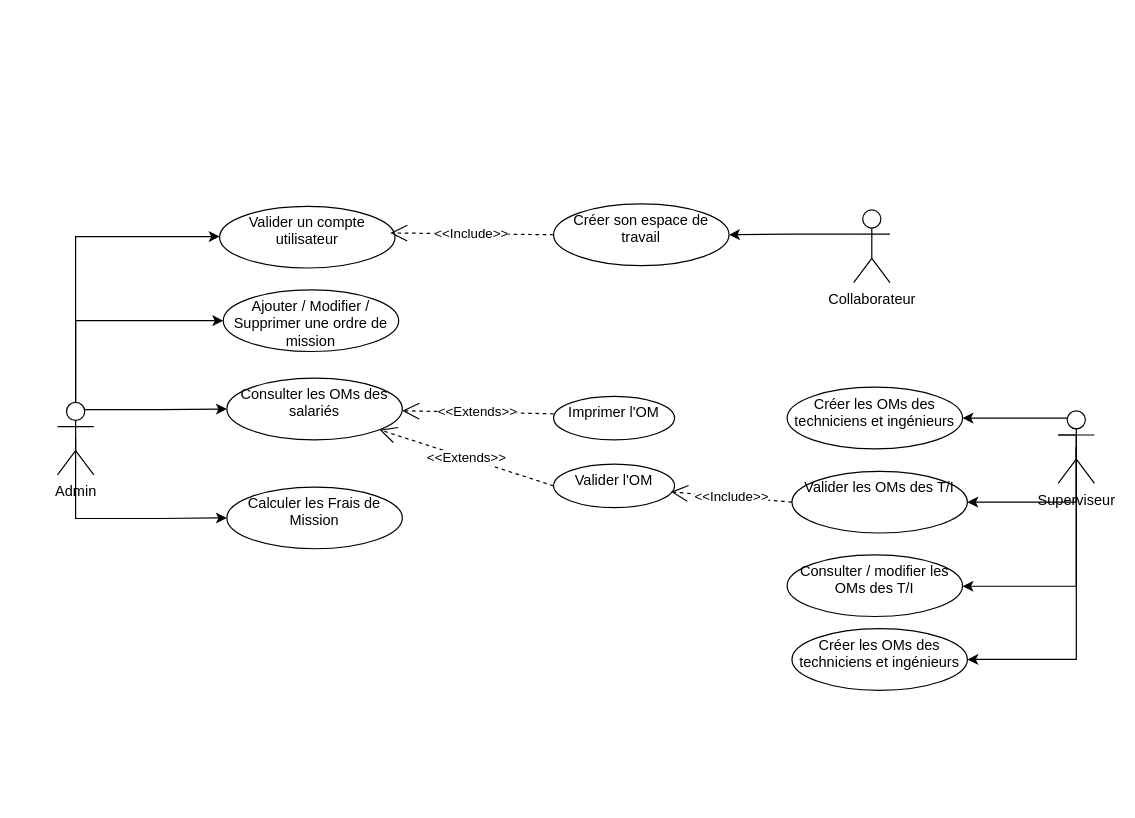
Before: useCaseApp.drawio in BARIGOU-Imane/Gestion-des-Ordres-de-Mission, a draw.io diagram. Source tidied: cells renumbered, new cells numbered last; positions are measured from the earlier drawing's top-left corner, leaving out a move shared by most shapes. Both pictures are drawn from the tidied source at 121%, with x=0, y=0 at pixel (57, 203).
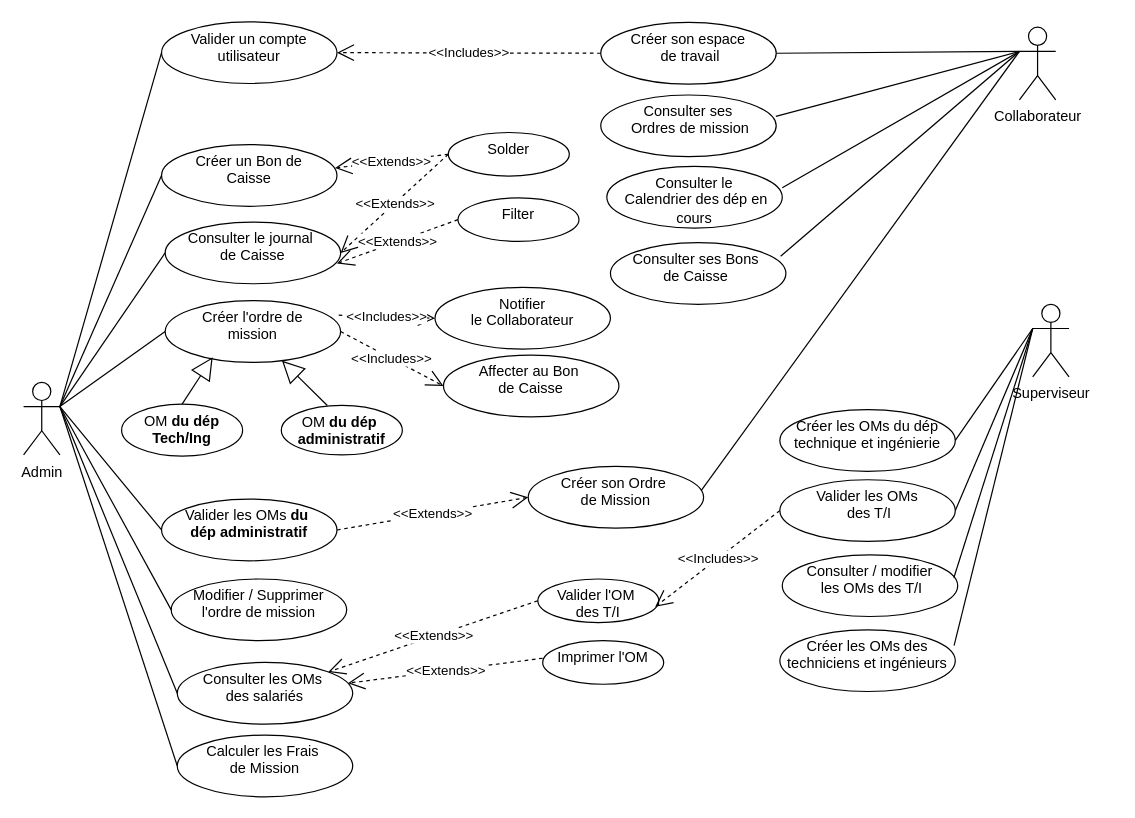
The same diagram, later.

The edit, as a diff of the source:
```diff
@@
-    <mxCell id="2" style="edgeStyle=orthogonalEdgeStyle;rounded=0;jettySize=auto;html=1;" parent="1" edge="1" source="9" target="5">
-      <mxGeometry relative="1" as="geometry">
-        <Array as="points">
-          <mxPoint x="15" y="27" />
-        </Array>
-      </mxGeometry>
-    </mxCell>
-    <mxCell id="3" style="edgeStyle=orthogonalEdgeStyle;rounded=0;jettySize=auto;html=1;exitX=0;exitY=0.3333333333333333;exitDx=0;exitDy=0;exitPerimeter=0;" parent="1" edge="1" source="4" target="20">
-      <mxGeometry relative="1" as="geometry" />
-    </mxCell>
     <mxCell id="4" value="Collaborateur&lt;div&gt;&lt;br&gt;&lt;/div&gt;" style="shape=umlActor;verticalLabelPosition=bottom;verticalAlign=top;html=1;outlineConnect=0;" parent="1" vertex="1">
-      <mxGeometry x="658" y="5" width="30" height="60" as="geometry" />
+      <mxGeometry x="795" y="-146" width="30" height="60" as="geometry" />
     </mxCell>
     <mxCell id="5" value="Valider un compte utilisateur" style="ellipse;whiteSpace=wrap;html=1;verticalAlign=top;" parent="1" vertex="1">
-      <mxGeometry x="134" y="2" width="145" height="51" as="geometry" />
+      <mxGeometry x="86" y="-150.5" width="145" height="51" as="geometry" />
     </mxCell>
-    <mxCell id="6" style="edgeStyle=orthogonalEdgeStyle;rounded=0;jettySize=auto;html=1;exitX=0.75;exitY=0.1;exitDx=0;exitDy=0;exitPerimeter=0;entryX=0;entryY=0.5;entryDx=0;entryDy=0;" parent="1" edge="1" source="9" target="15">
-      <mxGeometry relative="1" as="geometry">
-        <Array as="points">
-          <mxPoint x="15" y="170" />
-          <mxPoint x="15" y="97" />
-        </Array>
-      </mxGeometry>
-    </mxCell>
-    <mxCell id="7" style="edgeStyle=orthogonalEdgeStyle;rounded=0;jettySize=auto;html=1;exitX=0.75;exitY=0.1;exitDx=0;exitDy=0;exitPerimeter=0;entryX=0;entryY=0.5;entryDx=0;entryDy=0;" parent="1" edge="1" source="9" target="16">
-      <mxGeometry relative="1" as="geometry" />
-    </mxCell>
-    <mxCell id="8" style="edgeStyle=orthogonalEdgeStyle;rounded=0;jettySize=auto;html=1;exitX=0.5;exitY=0.5;exitDx=0;exitDy=0;exitPerimeter=0;entryX=0;entryY=0.5;entryDx=0;entryDy=0;" parent="1" edge="1" source="9" target="17">
-      <mxGeometry relative="1" as="geometry">
-        <Array as="points">
-          <mxPoint x="15" y="260" />
-          <mxPoint x="85" y="260" />
-        </Array>
-      </mxGeometry>
-    </mxCell>
     <mxCell id="9" value="Admin&lt;div&gt;&lt;br&gt;&lt;/div&gt;" style="shape=umlActor;verticalLabelPosition=bottom;verticalAlign=top;html=1;outlineConnect=0;direction=east;rotation=0;" parent="1" vertex="1">
-      <mxGeometry y="164" width="30" height="60" as="geometry" />
+      <mxGeometry x="-28" y="147.5" width="30" height="60" as="geometry" />
     </mxCell>
-    <mxCell id="10" style="edgeStyle=orthogonalEdgeStyle;rounded=0;jettySize=auto;html=1;exitX=0.25;exitY=0.1;exitDx=0;exitDy=0;exitPerimeter=0;" parent="1" edge="1" source="14">
-      <mxGeometry relative="1" as="geometry">
-        <mxPoint x="748" y="177" as="targetPoint" />
-      </mxGeometry>
-    </mxCell>
-    <mxCell id="11" style="edgeStyle=orthogonalEdgeStyle;rounded=0;jettySize=auto;html=1;exitX=0;exitY=0.3333333333333333;exitDx=0;exitDy=0;exitPerimeter=0;" parent="1" edge="1" source="14" target="23">
-      <mxGeometry relative="1" as="geometry">
-        <Array as="points">
-          <mxPoint x="842" y="191" />
-          <mxPoint x="842" y="316" />
-        </Array>
-      </mxGeometry>
-    </mxCell>
-    <mxCell id="12" style="edgeStyle=orthogonalEdgeStyle;rounded=0;jettySize=auto;html=1;exitX=0.5;exitY=0.5;exitDx=0;exitDy=0;exitPerimeter=0;entryX=1;entryY=0.5;entryDx=0;entryDy=0;" parent="1" edge="1" source="14" target="24">
-      <mxGeometry relative="1" as="geometry">
-        <Array as="points">
-          <mxPoint x="842" y="377" />
-        </Array>
-      </mxGeometry>
-    </mxCell>
-    <mxCell id="13" style="edgeStyle=orthogonalEdgeStyle;rounded=0;jettySize=auto;html=1;exitX=0.5;exitY=0.5;exitDx=0;exitDy=0;exitPerimeter=0;entryX=1;entryY=0.5;entryDx=0;entryDy=0;" parent="1" edge="1" source="14" target="27">
-      <mxGeometry relative="1" as="geometry">
-        <Array as="points">
-          <mxPoint x="842" y="247" />
-        </Array>
-      </mxGeometry>
-    </mxCell>
     <mxCell id="14" value="Superviseur&lt;div&gt;&lt;br&gt;&lt;/div&gt;" style="shape=umlActor;verticalLabelPosition=bottom;verticalAlign=top;html=1;outlineConnect=0;" parent="1" vertex="1">
-      <mxGeometry x="827" y="171" width="30" height="60" as="geometry" />
+      <mxGeometry x="806" y="83" width="30" height="60" as="geometry" />
     </mxCell>
-    <mxCell id="15" value="Ajouter / Modifier / Supprimer une ordre de mission&lt;div&gt;&lt;br&gt;&lt;/div&gt;" style="ellipse;whiteSpace=wrap;html=1;verticalAlign=top;" parent="1" vertex="1">
-      <mxGeometry x="137" y="71" width="145" height="51" as="geometry" />
+    <mxCell id="15" value="Créer l'ordre de&lt;div&gt;&amp;nbsp;mission&amp;nbsp;&lt;/div&gt;" style="ellipse;whiteSpace=wrap;html=1;verticalAlign=top;" parent="1" vertex="1">
+      <mxGeometry x="89" y="80" width="145" height="51" as="geometry" />
     </mxCell>
-    <mxCell id="16" value="&lt;div&gt;Consulter les OMs des salariés&lt;/div&gt;" style="ellipse;whiteSpace=wrap;html=1;verticalAlign=top;" parent="1" vertex="1">
-      <mxGeometry x="140" y="144" width="145" height="51" as="geometry" />
+    <mxCell id="16" value="&lt;div&gt;Consulter les OMs&amp;nbsp;&lt;/div&gt;&lt;div&gt;des salariés&lt;/div&gt;" style="ellipse;whiteSpace=wrap;html=1;verticalAlign=top;" parent="1" vertex="1">
+      <mxGeometry x="99" y="379" width="145" height="51" as="geometry" />
     </mxCell>
-    <mxCell id="17" value="Calculer les Frais de Mission" style="ellipse;whiteSpace=wrap;html=1;verticalAlign=top;" parent="1" vertex="1">
-      <mxGeometry x="140" y="234" width="145" height="51" as="geometry" />
+    <mxCell id="17" value="Calculer les Frais&amp;nbsp;&lt;div&gt;de Mission&lt;/div&gt;" style="ellipse;whiteSpace=wrap;html=1;verticalAlign=top;" parent="1" vertex="1">
+      <mxGeometry x="99" y="439" width="145" height="51" as="geometry" />
     </mxCell>
@@
     <mxCell id="19" value="Imprimer l'OM" style="ellipse;whiteSpace=wrap;html=1;verticalAlign=top;" parent="1" vertex="1">
-      <mxGeometry x="410" y="159" width="100" height="36" as="geometry" />
+      <mxGeometry x="401" y="361" width="100" height="36" as="geometry" />
     </mxCell>
-    <mxCell id="20" value="Créer son espace de travail" style="ellipse;whiteSpace=wrap;html=1;verticalAlign=top;" parent="1" vertex="1">
-      <mxGeometry x="410" width="145" height="51" as="geometry" />
+    <mxCell id="20" value="Créer son espace&lt;div&gt;&amp;nbsp;de travail&lt;/div&gt;" style="ellipse;whiteSpace=wrap;html=1;verticalAlign=top;" parent="1" vertex="1">
+      <mxGeometry x="449" y="-150" width="145" height="51" as="geometry" />
     </mxCell>
-    <mxCell id="21" value="&amp;lt;&amp;lt;Include&amp;gt;&amp;gt;" style="endArrow=open;endSize=12;dashed=1;html=1;rounded=0;exitX=0;exitY=0.5;exitDx=0;exitDy=0;" parent="1" edge="1" source="20">
-      <mxGeometry relative="1" as="geometry">
-        <mxPoint x="275" y="24" as="targetPoint" />
-      </mxGeometry>
+    <mxCell id="21" value="&amp;lt;&amp;lt;Includes&amp;gt;&amp;gt;" style="endArrow=open;endSize=12;dashed=1;html=1;rounded=0;exitX=0;exitY=0.5;exitDx=0;exitDy=0;entryX=1;entryY=0.5;entryDx=0;entryDy=0;" parent="1" edge="1" source="20" target="5">
+      <mxGeometry relative="1" as="geometry" />
     </mxCell>
-    <mxCell id="22" value="Créer les OMs des techniciens et ingénieurs&lt;div&gt;&lt;br&gt;&lt;/div&gt;" style="ellipse;whiteSpace=wrap;html=1;verticalAlign=top;" parent="1" vertex="1">
-      <mxGeometry x="603" y="151.5" width="145" height="51" as="geometry" />
+    <mxCell id="22" value="Créer les OMs du dép technique et ingénierie&lt;div&gt;&lt;br&gt;&lt;/div&gt;" style="ellipse;whiteSpace=wrap;html=1;verticalAlign=top;" parent="1" vertex="1">
+      <mxGeometry x="597" y="170" width="145" height="51" as="geometry" />
     </mxCell>
-    <mxCell id="23" value="&lt;div&gt;Consulter / modifier les OMs des T/I&lt;/div&gt;" style="ellipse;whiteSpace=wrap;html=1;verticalAlign=top;" parent="1" vertex="1">
-      <mxGeometry x="603" y="290" width="145" height="51" as="geometry" />
+    <mxCell id="23" value="&lt;div&gt;Consulter / modifier&lt;/div&gt;&lt;div&gt;&amp;nbsp;les OMs des T/I&lt;/div&gt;" style="ellipse;whiteSpace=wrap;html=1;verticalAlign=top;" parent="1" vertex="1">
+      <mxGeometry x="599" y="290" width="145" height="51" as="geometry" />
     </mxCell>
     <mxCell id="24" value="Créer les OMs des techniciens et ingénieurs&lt;div&gt;&lt;br&gt;&lt;/div&gt;" style="ellipse;whiteSpace=wrap;html=1;verticalAlign=top;" parent="1" vertex="1">
-      <mxGeometry x="607" y="351" width="145" height="51" as="geometry" />
+      <mxGeometry x="597" y="352" width="145" height="51" as="geometry" />
     </mxCell>
-    <mxCell id="25" value="Valider l'OM" style="ellipse;whiteSpace=wrap;html=1;verticalAlign=top;" parent="1" vertex="1">
-      <mxGeometry x="410" y="215" width="100" height="36" as="geometry" />
+    <mxCell id="25" value="Valider l'OM&amp;nbsp;&lt;div&gt;des T/I&lt;/div&gt;" style="ellipse;whiteSpace=wrap;html=1;verticalAlign=top;" parent="1" vertex="1">
+      <mxGeometry x="397" y="310" width="100" height="36" as="geometry" />
     </mxCell>
@@
-    <mxCell id="27" value="&lt;div&gt;Valider les OMs des T/I&lt;br&gt;&lt;/div&gt;" style="ellipse;whiteSpace=wrap;html=1;verticalAlign=top;" parent="1" vertex="1">
-      <mxGeometry x="607" y="221" width="145" height="51" as="geometry" />
+    <mxCell id="27" value="&lt;div&gt;Valider les OMs&lt;/div&gt;&lt;div&gt;&amp;nbsp;des T/I&lt;br&gt;&lt;/div&gt;" style="ellipse;whiteSpace=wrap;html=1;verticalAlign=top;" parent="1" vertex="1">
+      <mxGeometry x="597" y="228" width="145" height="51" as="geometry" />
     </mxCell>
-    <mxCell id="28" value="&amp;lt;&amp;lt;Include&amp;gt;&amp;gt;" style="endArrow=open;endSize=12;dashed=1;html=1;rounded=0;exitX=0;exitY=0.5;exitDx=0;exitDy=0;entryX=0.97;entryY=0.639;entryDx=0;entryDy=0;entryPerimeter=0;" parent="1" edge="1" source="27" target="25">
+    <mxCell id="28" value="&amp;lt;&amp;lt;Includes&amp;gt;&amp;gt;" style="endArrow=open;endSize=12;dashed=1;html=1;rounded=0;exitX=0;exitY=0.5;exitDx=0;exitDy=0;entryX=0.97;entryY=0.639;entryDx=0;entryDy=0;entryPerimeter=0;" parent="1" edge="1" source="27" target="25">
       <mxGeometry relative="1" as="geometry" />
     </mxCell>
+    <mxCell id="2" style="endArrow=none;html=1;rounded=0;entryX=0;entryY=0.5;entryDx=0;entryDy=0;exitX=1;exitY=0.3333333333333333;exitDx=0;exitDy=0;exitPerimeter=0;" parent="1" edge="1" source="9" target="5">
+      <mxGeometry relative="1" as="geometry" />
+    </mxCell>
+    <mxCell id="6" style="endArrow=none;html=1;rounded=0;entryX=0;entryY=0.5;entryDx=0;entryDy=0;exitX=1;exitY=0.3333333333333333;exitDx=0;exitDy=0;exitPerimeter=0;" parent="1" edge="1" source="9" target="15">
+      <mxGeometry relative="1" as="geometry" />
+    </mxCell>
+    <mxCell id="7" style="endArrow=none;html=1;rounded=0;entryX=0;entryY=0.5;entryDx=0;entryDy=0;exitX=1;exitY=0.3333333333333333;exitDx=0;exitDy=0;exitPerimeter=0;" parent="1" edge="1" source="9" target="16">
+      <mxGeometry relative="1" as="geometry" />
+    </mxCell>
+    <mxCell id="8" style="endArrow=none;html=1;rounded=0;entryX=0;entryY=0.5;entryDx=0;entryDy=0;exitX=1;exitY=0.3333333333333333;exitDx=0;exitDy=0;exitPerimeter=0;" parent="1" edge="1" source="9" target="17">
+      <mxGeometry relative="1" as="geometry" />
+    </mxCell>
+    <mxCell id="29" style="endArrow=none;html=1;rounded=0;entryX=0;entryY=0.3333333333333333;entryDx=0;entryDy=0;exitX=1;exitY=0.5;exitDx=0;exitDy=0;entryPerimeter=0;" parent="1" edge="1" source="20" target="4">
+      <mxGeometry relative="1" as="geometry" />
+    </mxCell>
+    <mxCell id="30" style="endArrow=none;html=1;rounded=0;exitX=1;exitY=0.5;exitDx=0;exitDy=0;entryX=0;entryY=0.3333333333333333;entryDx=0;entryDy=0;entryPerimeter=0;" parent="1" edge="1" source="22" target="14">
+      <mxGeometry relative="1" as="geometry" />
+    </mxCell>
+    <mxCell id="31" style="endArrow=none;html=1;rounded=0;exitX=1;exitY=0.5;exitDx=0;exitDy=0;entryX=0;entryY=0.3333333333333333;entryDx=0;entryDy=0;entryPerimeter=0;" parent="1" edge="1" source="27" target="14">
+      <mxGeometry relative="1" as="geometry" />
+    </mxCell>
+    <mxCell id="32" style="endArrow=none;html=1;rounded=0;exitX=0.978;exitY=0.373;exitDx=0;exitDy=0;entryX=0;entryY=0.3333333333333333;entryDx=0;entryDy=0;entryPerimeter=0;exitPerimeter=0;" parent="1" edge="1" source="23" target="14">
+      <mxGeometry relative="1" as="geometry" />
+    </mxCell>
+    <mxCell id="33" style="endArrow=none;html=1;rounded=0;exitX=0.993;exitY=0.255;exitDx=0;exitDy=0;entryX=0;entryY=0.3333333333333333;entryDx=0;entryDy=0;entryPerimeter=0;exitPerimeter=0;" parent="1" edge="1" source="24" target="14">
+      <mxGeometry relative="1" as="geometry" />
+    </mxCell>
+    <mxCell id="34" value="Créer un Bon de&lt;div&gt;&amp;nbsp;Caisse&amp;nbsp;&lt;/div&gt;" style="ellipse;whiteSpace=wrap;html=1;verticalAlign=top;" parent="1" vertex="1">
+      <mxGeometry x="86" y="-49" width="145" height="51" as="geometry" />
+    </mxCell>
+    <mxCell id="35" style="endArrow=none;html=1;rounded=0;entryX=0;entryY=0.5;entryDx=0;entryDy=0;exitX=1;exitY=0.3333333333333333;exitDx=0;exitDy=0;exitPerimeter=0;" parent="1" edge="1" source="9" target="34">
+      <mxGeometry relative="1" as="geometry" />
+    </mxCell>
+    <mxCell id="36" value="&amp;lt;&amp;lt;Extends&amp;gt;&amp;gt;" style="endArrow=open;endSize=12;dashed=1;html=1;rounded=0;entryX=0.989;entryY=0.379;entryDx=0;entryDy=0;entryPerimeter=0;exitX=0;exitY=0.5;exitDx=0;exitDy=0;" parent="1" edge="1" source="37" target="34">
+      <mxGeometry relative="1" as="geometry" />
+    </mxCell>
+    <mxCell id="37" value="Solder&lt;div&gt;&lt;br&gt;&lt;/div&gt;" style="ellipse;whiteSpace=wrap;html=1;verticalAlign=top;" parent="1" vertex="1">
+      <mxGeometry x="323" y="-59" width="100" height="36" as="geometry" />
+    </mxCell>
+    <mxCell id="38" value="&lt;div&gt;Modifier / Supprimer l'ordre de mission&lt;div&gt;&lt;br&gt;&lt;/div&gt;&lt;/div&gt;" style="ellipse;whiteSpace=wrap;html=1;verticalAlign=top;" parent="1" vertex="1">
+      <mxGeometry x="94" y="310" width="145" height="51" as="geometry" />
+    </mxCell>
+    <mxCell id="39" style="endArrow=none;html=1;rounded=0;entryX=0;entryY=0.5;entryDx=0;entryDy=0;exitX=1;exitY=0.3333333333333333;exitDx=0;exitDy=0;exitPerimeter=0;" parent="1" edge="1" source="9" target="38">
+      <mxGeometry relative="1" as="geometry" />
+    </mxCell>
+    <mxCell id="40" value="Affecter au Bon&amp;nbsp;&lt;div&gt;de Caisse&lt;/div&gt;" style="ellipse;whiteSpace=wrap;html=1;verticalAlign=top;" parent="1" vertex="1">
+      <mxGeometry x="319" y="125" width="145" height="51" as="geometry" />
+    </mxCell>
+    <mxCell id="41" value="&amp;lt;&amp;lt;Includes&amp;gt;&amp;gt;" style="endArrow=open;endSize=12;dashed=1;html=1;rounded=0;exitX=1;exitY=0.5;exitDx=0;exitDy=0;entryX=0;entryY=0.5;entryDx=0;entryDy=0;" parent="1" edge="1" source="15" target="40">
+      <mxGeometry relative="1" as="geometry" />
+    </mxCell>
+    <mxCell id="42" value="Créer son Ordre&amp;nbsp;&lt;br&gt;&lt;div&gt;de Mission&lt;/div&gt;" style="ellipse;whiteSpace=wrap;html=1;verticalAlign=top;" parent="1" vertex="1">
+      <mxGeometry x="389" y="217" width="145" height="51" as="geometry" />
+    </mxCell>
+    <mxCell id="43" style="endArrow=none;html=1;rounded=0;exitX=0.986;exitY=0.392;exitDx=0;exitDy=0;exitPerimeter=0;entryX=0;entryY=0.3333333333333333;entryDx=0;entryDy=0;entryPerimeter=0;" parent="1" edge="1" source="42" target="4">
+      <mxGeometry relative="1" as="geometry" />
+    </mxCell>
+    <mxCell id="44" value="Valider les OMs&lt;span style=&quot;background-color: initial;&quot;&gt;&amp;nbsp;&lt;/span&gt;&lt;strong style=&quot;background-color: initial;&quot;&gt;du&amp;nbsp;&lt;/strong&gt;&lt;div&gt;&lt;strong style=&quot;background-color: initial;&quot;&gt;dép&amp;nbsp;&lt;/strong&gt;&lt;strong style=&quot;background-color: initial;&quot;&gt;administratif&lt;/strong&gt;&lt;/div&gt;" style="ellipse;whiteSpace=wrap;html=1;verticalAlign=top;" parent="1" vertex="1">
+      <mxGeometry x="86" y="244" width="145" height="51" as="geometry" />
+    </mxCell>
+    <mxCell id="45" style="endArrow=none;html=1;rounded=0;entryX=0;entryY=0.5;entryDx=0;entryDy=0;exitX=1;exitY=0.3333333333333333;exitDx=0;exitDy=0;exitPerimeter=0;" parent="1" edge="1" source="9" target="44">
+      <mxGeometry relative="1" as="geometry" />
+    </mxCell>
+    <mxCell id="46" value="&amp;lt;&amp;lt;Extends&amp;gt;&amp;gt;" style="endArrow=open;endSize=12;dashed=1;html=1;rounded=0;entryX=0;entryY=0.5;entryDx=0;entryDy=0;exitX=1;exitY=0.5;exitDx=0;exitDy=0;" parent="1" edge="1" source="44" target="42">
+      <mxGeometry relative="1" as="geometry" />
+    </mxCell>
+    <mxCell id="47" value="&lt;div&gt;Consulter le journal&amp;nbsp;&lt;br&gt;&lt;/div&gt;&lt;div&gt;de Caisse&lt;/div&gt;" style="ellipse;whiteSpace=wrap;html=1;verticalAlign=top;" parent="1" vertex="1">
+      <mxGeometry x="89" y="15" width="145" height="51" as="geometry" />
+    </mxCell>
+    <mxCell id="48" style="endArrow=none;html=1;rounded=0;entryX=0;entryY=0.5;entryDx=0;entryDy=0;exitX=1;exitY=0.3333333333333333;exitDx=0;exitDy=0;exitPerimeter=0;" parent="1" edge="1" source="9" target="47">
+      <mxGeometry relative="1" as="geometry" />
+    </mxCell>
+    <mxCell id="49" value="&amp;lt;&amp;lt;Extends&amp;gt;&amp;gt;" style="endArrow=open;endSize=12;dashed=1;html=1;rounded=0;entryX=1;entryY=0.5;entryDx=0;entryDy=0;exitX=0;exitY=0.5;exitDx=0;exitDy=0;" parent="1" edge="1" source="37" target="47">
+      <mxGeometry relative="1" as="geometry" />
+    </mxCell>
+    <mxCell id="50" style="endArrow=block;endSize=16;endFill=0;html=1;rounded=0;exitX=0.38;exitY=0.004;exitDx=0;exitDy=0;exitPerimeter=0;" parent="1" edge="1" source="53" target="15">
+      <mxGeometry relative="1" as="geometry" />
+    </mxCell>
+    <mxCell id="51" style="endArrow=block;endSize=16;endFill=0;html=1;rounded=0;entryX=0.271;entryY=0.915;entryDx=0;entryDy=0;entryPerimeter=0;exitX=0.5;exitY=0;exitDx=0;exitDy=0;" parent="1" edge="1" source="52" target="15">
+      <mxGeometry relative="1" as="geometry" />
+    </mxCell>
+    <mxCell id="52" value="&lt;div&gt;OM&amp;nbsp;&lt;strong style=&quot;background-color: initial;&quot;&gt;du dép Tech/Ing&lt;/strong&gt;&lt;br&gt;&lt;/div&gt;" style="ellipse;whiteSpace=wrap;html=1;verticalAlign=top;" parent="1" vertex="1">
+      <mxGeometry x="53" y="165.5" width="100" height="43" as="geometry" />
+    </mxCell>
+    <mxCell id="53" value="&lt;div&gt;OM&amp;nbsp;&lt;strong style=&quot;background-color: initial;&quot;&gt;du dép&amp;nbsp;&lt;/strong&gt;&lt;/div&gt;&lt;div&gt;&lt;strong style=&quot;background-color: initial;&quot;&gt;administratif&lt;/strong&gt;&lt;/div&gt;" style="ellipse;whiteSpace=wrap;html=1;verticalAlign=top;" parent="1" vertex="1">
+      <mxGeometry x="185" y="166.5" width="100" height="41" as="geometry" />
+    </mxCell>
+    <mxCell id="54" value="&amp;lt;&amp;lt;Extends&amp;gt;&amp;gt;" style="endArrow=open;endSize=12;dashed=1;html=1;rounded=0;entryX=0.979;entryY=0.673;entryDx=0;entryDy=0;entryPerimeter=0;exitX=0;exitY=0.5;exitDx=0;exitDy=0;" parent="1" edge="1" source="55" target="47">
+      <mxGeometry relative="1" as="geometry" />
+    </mxCell>
+    <mxCell id="55" value="&lt;div&gt;Filter&lt;/div&gt;" style="ellipse;whiteSpace=wrap;html=1;verticalAlign=top;" parent="1" vertex="1">
+      <mxGeometry x="331" y="-5" width="100" height="36" as="geometry" />
+    </mxCell>
+    <mxCell id="56" value="Notifier&lt;div&gt;le Collaborateur&lt;/div&gt;" style="ellipse;whiteSpace=wrap;html=1;verticalAlign=top;" parent="1" vertex="1">
+      <mxGeometry x="312" y="69" width="145" height="51" as="geometry" />
+    </mxCell>
+    <mxCell id="57" value="&amp;lt;&amp;lt;Includes&amp;gt;&amp;gt;" style="endArrow=open;endSize=12;dashed=1;html=1;rounded=0;exitX=0.989;exitY=0.235;exitDx=0;exitDy=0;entryX=0;entryY=0.5;entryDx=0;entryDy=0;exitPerimeter=0;" parent="1" edge="1" source="15" target="56">
+      <mxGeometry relative="1" as="geometry" />
+    </mxCell>
+    <mxCell id="58" value="Consulter ses&lt;div&gt;&amp;nbsp;Ordres&amp;nbsp;&lt;span style=&quot;background-color: initial;&quot;&gt;de mission&lt;/span&gt;&lt;/div&gt;" style="ellipse;whiteSpace=wrap;html=1;verticalAlign=top;" parent="1" vertex="1">
+      <mxGeometry x="449" y="-90" width="145" height="51" as="geometry" />
+    </mxCell>
+    <mxCell id="59" style="endArrow=none;html=1;rounded=0;exitX=0.998;exitY=0.346;exitDx=0;exitDy=0;exitPerimeter=0;entryX=0;entryY=0.3333333333333333;entryDx=0;entryDy=0;entryPerimeter=0;" parent="1" edge="1" source="58" target="4">
+      <mxGeometry relative="1" as="geometry" />
+    </mxCell>
+    <mxCell id="60" value="Consulter le&lt;div&gt;&amp;nbsp;Calendrier des dép en cours&lt;/div&gt;" style="ellipse;whiteSpace=wrap;html=1;verticalAlign=top;" parent="1" vertex="1">
+      <mxGeometry x="454" y="-31" width="145" height="51" as="geometry" />
+    </mxCell>
+    <mxCell id="61" style="endArrow=none;html=1;rounded=0;exitX=1;exitY=0.346;exitDx=0;exitDy=0;exitPerimeter=0;entryX=0;entryY=0.3333333333333333;entryDx=0;entryDy=0;entryPerimeter=0;" parent="1" edge="1" source="60" target="4">
+      <mxGeometry relative="1" as="geometry" />
+    </mxCell>
+    <mxCell id="62" value="Consulter ses Bons&amp;nbsp;&lt;div&gt;de Caisse&amp;nbsp;&lt;/div&gt;" style="ellipse;whiteSpace=wrap;html=1;verticalAlign=top;" parent="1" vertex="1">
+      <mxGeometry x="457" y="32" width="145" height="51" as="geometry" />
+    </mxCell>
+    <mxCell id="63" style="endArrow=none;html=1;rounded=0;exitX=0.97;exitY=0.222;exitDx=0;exitDy=0;exitPerimeter=0;entryX=0;entryY=0.3333333333333333;entryDx=0;entryDy=0;entryPerimeter=0;" parent="1" edge="1" source="62" target="4">
+      <mxGeometry relative="1" as="geometry" />
+    </mxCell>
```
